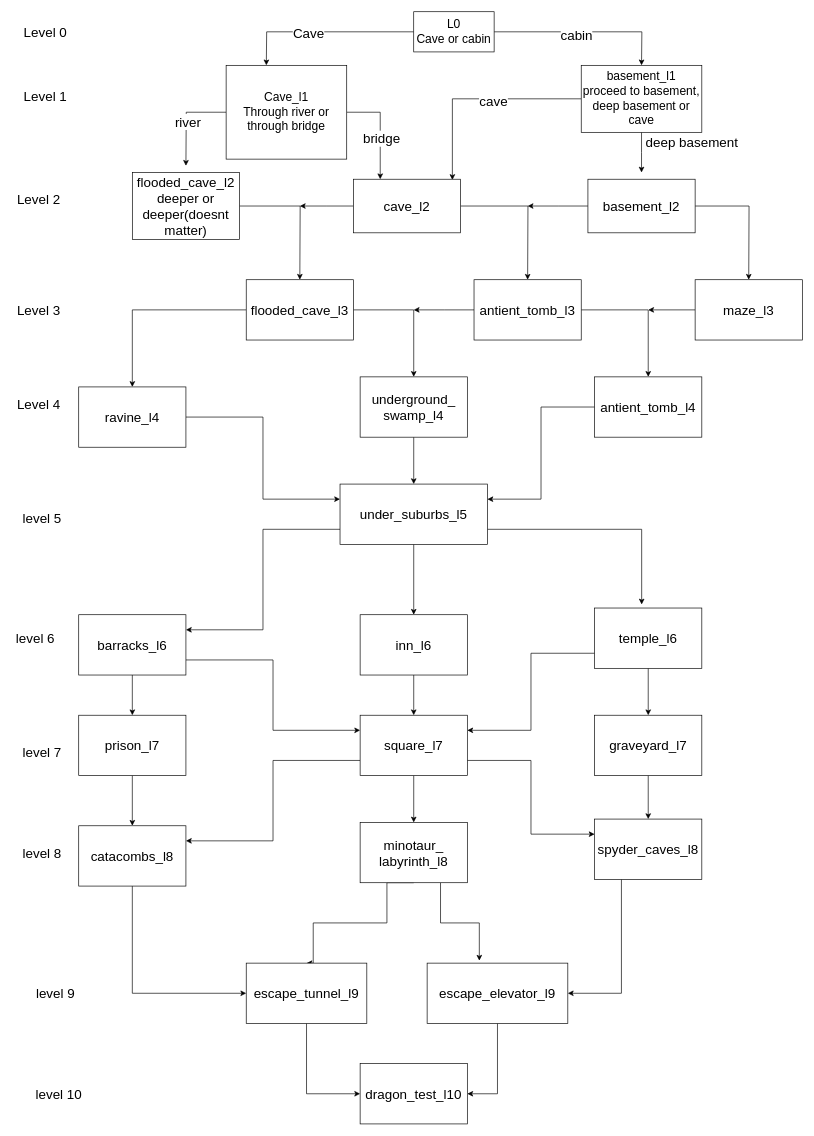
This is Untitled Diagram.drawio from Xameleonnn/Greedy-goblin-text-game, a draw.io file, before an edit. Source tidied: cells renumbered, new cells numbered last; positions are measured from the earlier drawing's top-left corner, leaving out a move shared by most shapes. Both pictures are drawn from the tidied source at 67%, with x=0, y=0 at pixel (11, 11).
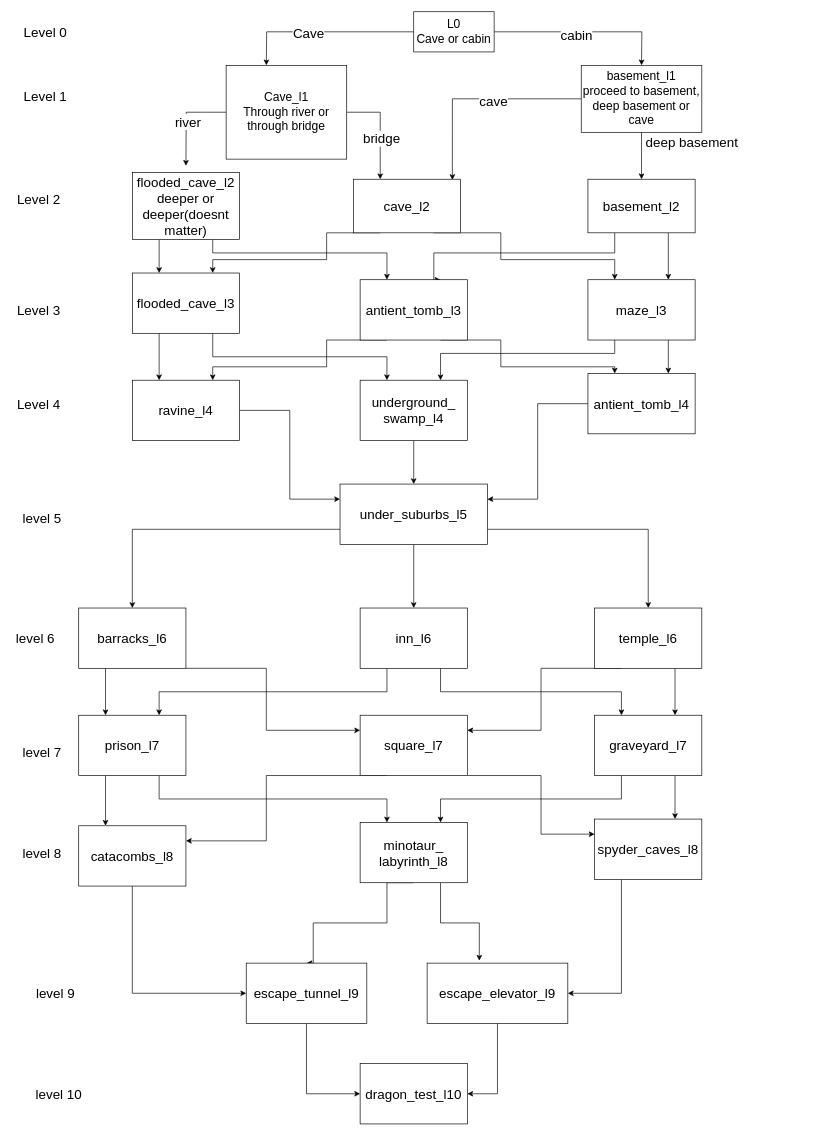
The same page after the edit.

The change refers to these unchanged cells:
```xml
<mxCell id="15" value="&lt;span style=&quot;font-size: 18px&quot;&gt;basement_l1&lt;br&gt;proceed to basement, deep basement or cave&lt;/span&gt;" style="rounded=0;whiteSpace=wrap;html=1;" parent="1" vertex="1">
  <mxGeometry x="850" y="80" width="180" height="100" as="geometry" />
</mxCell>
<mxCell id="20" value="flooded_cave_l2&lt;br&gt;deeper or deeper(doesnt matter)" style="rounded=0;whiteSpace=wrap;html=1;fontSize=20;" parent="1" vertex="1">
  <mxGeometry x="180" y="240" width="160" height="100" as="geometry" />
</mxCell>
<mxCell id="23" value="cave_l2" style="rounded=0;whiteSpace=wrap;html=1;fontSize=20;" parent="1" vertex="1">
  <mxGeometry x="510" y="250" width="160" height="80" as="geometry" />
</mxCell>
<mxCell id="26" value="basement_l2" style="rounded=0;whiteSpace=wrap;html=1;fontSize=20;" parent="1" vertex="1">
  <mxGeometry x="860" y="250" width="160" height="80" as="geometry" />
</mxCell>
<mxCell id="53" value="under_suburbs_l5" style="rounded=0;whiteSpace=wrap;html=1;fontSize=20;" parent="1" vertex="1">
  <mxGeometry x="490" y="705" width="220" height="90" as="geometry" />
</mxCell>
<mxCell id="56" value="temple_l6" style="rounded=0;whiteSpace=wrap;html=1;fontSize=20;" parent="1" vertex="1">
  <mxGeometry x="870" y="890" width="160" height="90" as="geometry" />
</mxCell>
<mxCell id="63" value="graveyard_l7" style="rounded=0;whiteSpace=wrap;html=1;fontSize=20;" parent="1" vertex="1">
  <mxGeometry x="870" y="1050" width="160" height="90" as="geometry" />
</mxCell>
<mxCell id="67" value="square_l7" style="rounded=0;whiteSpace=wrap;html=1;fontSize=20;" parent="1" vertex="1">
  <mxGeometry x="520" y="1050" width="160" height="90" as="geometry" />
</mxCell>
<mxCell id="69" value="prison_l7" style="rounded=0;whiteSpace=wrap;html=1;fontSize=20;" parent="1" vertex="1">
  <mxGeometry x="100" y="1050" width="160" height="90" as="geometry" />
</mxCell>
<mxCell id="71" value="catacombs_l8" style="rounded=0;whiteSpace=wrap;html=1;fontSize=20;" parent="1" vertex="1">
  <mxGeometry x="100" y="1215" width="160" height="90" as="geometry" />
</mxCell>
<mxCell id="74" value="minotaur_&lt;br&gt;labyrinth_l8" style="rounded=0;whiteSpace=wrap;html=1;fontSize=20;" parent="1" vertex="1">
  <mxGeometry x="520" y="1210" width="160" height="90" as="geometry" />
</mxCell>
<mxCell id="76" value="spyder_caves_l8" style="rounded=0;whiteSpace=wrap;html=1;fontSize=20;" parent="1" vertex="1">
  <mxGeometry x="870" y="1205" width="160" height="90" as="geometry" />
</mxCell>
```

Change to the diagram source:
```diff
@@
-    <mxCell id="14" style="edgeStyle=orthogonalEdgeStyle;rounded=0;jettySize=auto;html=1;fontSize=20;" parent="1" edge="1" source="15">
-      <mxGeometry relative="1" as="geometry">
-        <mxPoint x="940" y="240" as="targetPoint" />
-      </mxGeometry>
+    <mxCell id="14" style="edgeStyle=orthogonalEdgeStyle;rounded=0;jettySize=auto;html=1;fontSize=20;entryX=0.5;entryY=0;entryDx=0;entryDy=0;" parent="1" edge="1" source="15" target="26">
+      <mxGeometry relative="1" as="geometry" />
     </mxCell>
@@
-    <mxCell id="19" style="edgeStyle=orthogonalEdgeStyle;rounded=0;jettySize=auto;html=1;fontSize=20;" parent="1" edge="1" source="20">
-      <mxGeometry relative="1" as="geometry">
-        <mxPoint x="430" y="400" as="targetPoint" />
-      </mxGeometry>
-    </mxCell>
+    <mxCell id="82" style="edgeStyle=orthogonalEdgeStyle;rounded=0;jettySize=auto;html=1;exitX=0.25;exitY=1;exitDx=0;exitDy=0;entryX=0.25;entryY=0;entryDx=0;entryDy=0;" parent="1" edge="1" source="20" target="30">
+      <mxGeometry relative="1" as="geometry" />
+    </mxCell>
+    <mxCell id="83" style="edgeStyle=orthogonalEdgeStyle;rounded=0;jettySize=auto;html=1;exitX=0.75;exitY=1;exitDx=0;exitDy=0;entryX=0.25;entryY=0;entryDx=0;entryDy=0;" parent="1" edge="1" source="20" target="35">
+      <mxGeometry relative="1" as="geometry">
+        <Array as="points">
+          <mxPoint x="300" y="360" />
+          <mxPoint x="560" y="360" />
+        </Array>
+      </mxGeometry>
+    </mxCell>
@@
-    <mxCell id="21" style="edgeStyle=orthogonalEdgeStyle;rounded=0;jettySize=auto;html=1;fontSize=20;" parent="1" edge="1" source="23">
-      <mxGeometry relative="1" as="geometry">
-        <mxPoint x="430" y="290" as="targetPoint" />
-      </mxGeometry>
-    </mxCell>
-    <mxCell id="22" style="edgeStyle=orthogonalEdgeStyle;rounded=0;jettySize=auto;html=1;fontSize=20;" parent="1" edge="1" source="23">
-      <mxGeometry relative="1" as="geometry">
-        <mxPoint x="770" y="400" as="targetPoint" />
-      </mxGeometry>
-    </mxCell>
+    <mxCell id="84" style="edgeStyle=orthogonalEdgeStyle;rounded=0;jettySize=auto;html=1;exitX=0.25;exitY=1;exitDx=0;exitDy=0;entryX=0.75;entryY=0;entryDx=0;entryDy=0;" parent="1" edge="1" source="23" target="30">
+      <mxGeometry relative="1" as="geometry">
+        <Array as="points">
+          <mxPoint x="470" y="330" />
+          <mxPoint x="470" y="370" />
+          <mxPoint x="300" y="370" />
+        </Array>
+      </mxGeometry>
+    </mxCell>
+    <mxCell id="85" style="edgeStyle=orthogonalEdgeStyle;rounded=0;jettySize=auto;html=1;exitX=0.75;exitY=1;exitDx=0;exitDy=0;entryX=0.25;entryY=0;entryDx=0;entryDy=0;" parent="1" edge="1" source="23" target="32">
+      <mxGeometry relative="1" as="geometry">
+        <Array as="points">
+          <mxPoint x="730" y="330" />
+          <mxPoint x="730" y="370" />
+          <mxPoint x="900" y="370" />
+        </Array>
+      </mxGeometry>
+    </mxCell>
@@
-    <mxCell id="24" style="edgeStyle=orthogonalEdgeStyle;rounded=0;jettySize=auto;html=1;fontSize=20;" parent="1" edge="1" source="26">
-      <mxGeometry relative="1" as="geometry">
-        <mxPoint x="770" y="290" as="targetPoint" />
-      </mxGeometry>
-    </mxCell>
-    <mxCell id="25" style="edgeStyle=orthogonalEdgeStyle;rounded=0;jettySize=auto;html=1;fontSize=20;" parent="1" edge="1" source="26">
-      <mxGeometry relative="1" as="geometry">
-        <mxPoint x="1100" y="400" as="targetPoint" />
-      </mxGeometry>
-    </mxCell>
+    <mxCell id="86" style="edgeStyle=orthogonalEdgeStyle;rounded=0;jettySize=auto;html=1;exitX=0.25;exitY=1;exitDx=0;exitDy=0;entryX=0.75;entryY=0;entryDx=0;entryDy=0;" parent="1" edge="1" source="26" target="35">
+      <mxGeometry relative="1" as="geometry">
+        <Array as="points">
+          <mxPoint x="900" y="360" />
+          <mxPoint x="630" y="360" />
+          <mxPoint x="630" y="400" />
+        </Array>
+      </mxGeometry>
+    </mxCell>
+    <mxCell id="87" style="edgeStyle=orthogonalEdgeStyle;rounded=0;jettySize=auto;html=1;exitX=0.75;exitY=1;exitDx=0;exitDy=0;entryX=0.75;entryY=0;entryDx=0;entryDy=0;" parent="1" edge="1" source="26" target="32">
+      <mxGeometry relative="1" as="geometry" />
+    </mxCell>
@@
-    <mxCell id="28" style="edgeStyle=orthogonalEdgeStyle;rounded=0;jettySize=auto;html=1;fontSize=20;entryX=0.5;entryY=0;entryDx=0;entryDy=0;" parent="1" edge="1" source="30" target="49">
+    <mxCell id="28" style="edgeStyle=orthogonalEdgeStyle;rounded=0;jettySize=auto;html=1;exitX=0.25;exitY=1;exitDx=0;exitDy=0;entryX=0.25;entryY=0;entryDx=0;entryDy=0;" parent="1" edge="1" source="30" target="49">
       <mxGeometry relative="1" as="geometry" />
     </mxCell>
-    <mxCell id="29" style="edgeStyle=orthogonalEdgeStyle;rounded=0;jettySize=auto;html=1;fontSize=20;entryX=0.5;entryY=0;entryDx=0;entryDy=0;" parent="1" edge="1" source="30" target="47">
+    <mxCell id="29" style="edgeStyle=orthogonalEdgeStyle;rounded=0;jettySize=auto;html=1;exitX=0.75;exitY=1;exitDx=0;exitDy=0;entryX=0.25;entryY=0;entryDx=0;entryDy=0;" parent="1" edge="1" source="30" target="47">
       <mxGeometry relative="1" as="geometry" />
     </mxCell>
     <mxCell id="30" value="flooded_cave_l3" style="rounded=0;whiteSpace=wrap;html=1;fontSize=20;" parent="1" vertex="1">
-      <mxGeometry x="350" y="400" width="160" height="90" as="geometry" />
+      <mxGeometry x="180" y="390" width="160" height="90" as="geometry" />
     </mxCell>
-    <mxCell id="31" style="edgeStyle=orthogonalEdgeStyle;rounded=0;jettySize=auto;html=1;fontSize=20;" parent="1" edge="1" source="32">
-      <mxGeometry relative="1" as="geometry">
-        <mxPoint x="950" y="445" as="targetPoint" />
-      </mxGeometry>
-    </mxCell>
+    <mxCell id="88" style="edgeStyle=orthogonalEdgeStyle;rounded=0;jettySize=auto;html=1;exitX=0.75;exitY=1;exitDx=0;exitDy=0;entryX=0.75;entryY=0;entryDx=0;entryDy=0;" parent="1" edge="1" source="32" target="45">
+      <mxGeometry relative="1" as="geometry" />
+    </mxCell>
+    <mxCell id="89" style="edgeStyle=orthogonalEdgeStyle;rounded=0;jettySize=auto;html=1;exitX=0.25;exitY=1;exitDx=0;exitDy=0;entryX=0.75;entryY=0;entryDx=0;entryDy=0;" parent="1" edge="1" source="32" target="47">
+      <mxGeometry relative="1" as="geometry">
+        <Array as="points">
+          <mxPoint x="900" y="510" />
+          <mxPoint x="640" y="510" />
+        </Array>
+      </mxGeometry>
+    </mxCell>
     <mxCell id="32" value="maze_l3" style="rounded=0;whiteSpace=wrap;html=1;fontSize=20;" parent="1" vertex="1">
-      <mxGeometry x="1020" y="400" width="160" height="90" as="geometry" />
+      <mxGeometry x="860" y="400" width="160" height="90" as="geometry" />
     </mxCell>
-    <mxCell id="33" style="edgeStyle=orthogonalEdgeStyle;rounded=0;jettySize=auto;html=1;fontSize=20;" parent="1" edge="1" source="35">
-      <mxGeometry relative="1" as="geometry">
-        <mxPoint x="600" y="445" as="targetPoint" />
-      </mxGeometry>
-    </mxCell>
+    <mxCell id="90" style="edgeStyle=orthogonalEdgeStyle;rounded=0;jettySize=auto;html=1;exitX=0.25;exitY=1;exitDx=0;exitDy=0;entryX=0.75;entryY=0;entryDx=0;entryDy=0;" parent="1" edge="1" source="35" target="49">
+      <mxGeometry relative="1" as="geometry">
+        <Array as="points">
+          <mxPoint x="470" y="490" />
+          <mxPoint x="470" y="530" />
+          <mxPoint x="300" y="530" />
+        </Array>
+      </mxGeometry>
+    </mxCell>
-    <mxCell id="34" style="edgeStyle=orthogonalEdgeStyle;rounded=0;jettySize=auto;html=1;fontSize=20;entryX=0.5;entryY=0;entryDx=0;entryDy=0;" parent="1" edge="1" source="35" target="45">
-      <mxGeometry relative="1" as="geometry" />
+    <mxCell id="34" style="edgeStyle=orthogonalEdgeStyle;rounded=0;jettySize=auto;html=1;exitX=0.75;exitY=1;exitDx=0;exitDy=0;entryX=0.25;entryY=0;entryDx=0;entryDy=0;" parent="1" edge="1" source="35" target="45">
+      <mxGeometry relative="1" as="geometry">
+        <Array as="points">
+          <mxPoint x="730" y="490" />
+          <mxPoint x="730" y="530" />
+          <mxPoint x="900" y="530" />
+        </Array>
+      </mxGeometry>
     </mxCell>
     <mxCell id="35" value="antient_tomb_l3" style="rounded=0;whiteSpace=wrap;html=1;fontSize=20;" parent="1" vertex="1">
-      <mxGeometry x="690" y="400" width="160" height="90" as="geometry" />
+      <mxGeometry x="520" y="400" width="160" height="90" as="geometry" />
     </mxCell>
@@
     <mxCell id="45" value="antient_tomb_l4" style="rounded=0;whiteSpace=wrap;html=1;fontSize=20;" parent="1" vertex="1">
-      <mxGeometry x="870" y="545" width="160" height="90" as="geometry" />
+      <mxGeometry x="860" y="540" width="160" height="90" as="geometry" />
     </mxCell>
@@
     <mxCell id="47" value="underground_&lt;br&gt;swamp_l4" style="rounded=0;whiteSpace=wrap;html=1;fontSize=20;" parent="1" vertex="1">
-      <mxGeometry x="520" y="545" width="160" height="90" as="geometry" />
+      <mxGeometry x="520" y="550" width="160" height="90" as="geometry" />
     </mxCell>
@@
     <mxCell id="49" value="ravine_l4" style="rounded=0;whiteSpace=wrap;html=1;fontSize=20;" parent="1" vertex="1">
-      <mxGeometry x="100" y="560" width="160" height="90" as="geometry" />
+      <mxGeometry x="180" y="550" width="160" height="90" as="geometry" />
     </mxCell>
@@
-    <mxCell id="51" style="edgeStyle=orthogonalEdgeStyle;rounded=0;jettySize=auto;html=1;exitX=0;exitY=0.75;exitDx=0;exitDy=0;entryX=1;entryY=0.25;entryDx=0;entryDy=0;fontSize=20;" parent="1" edge="1" source="53" target="61">
+    <mxCell id="51" style="edgeStyle=orthogonalEdgeStyle;rounded=0;jettySize=auto;html=1;exitX=0;exitY=0.75;exitDx=0;exitDy=0;entryX=0.5;entryY=0;entryDx=0;entryDy=0;fontSize=20;" parent="1" edge="1" source="53" target="61">
       <mxGeometry relative="1" as="geometry" />
     </mxCell>
-    <mxCell id="52" style="edgeStyle=orthogonalEdgeStyle;rounded=0;jettySize=auto;html=1;exitX=1;exitY=0.75;exitDx=0;exitDy=0;entryX=0.439;entryY=-0.059;entryDx=0;entryDy=0;entryPerimeter=0;fontSize=20;" parent="1" edge="1" source="53" target="56">
+    <mxCell id="52" style="edgeStyle=orthogonalEdgeStyle;rounded=0;jettySize=auto;html=1;exitX=1;exitY=0.75;exitDx=0;exitDy=0;fontSize=20;entryX=0.5;entryY=0;entryDx=0;entryDy=0;" parent="1" edge="1" source="53" target="56">
       <mxGeometry relative="1" as="geometry" />
     </mxCell>
@@
+    <mxCell id="55" style="edgeStyle=orthogonalEdgeStyle;rounded=0;jettySize=auto;html=1;exitX=0.75;exitY=1;exitDx=0;exitDy=0;entryX=0.75;entryY=0;entryDx=0;entryDy=0;" parent="1" edge="1" source="56" target="63">
+      <mxGeometry relative="1" as="geometry" />
+    </mxCell>
-    <mxCell id="54" style="edgeStyle=orthogonalEdgeStyle;rounded=0;jettySize=auto;html=1;exitX=0;exitY=0.75;exitDx=0;exitDy=0;entryX=1;entryY=0.25;entryDx=0;entryDy=0;fontSize=20;" parent="1" edge="1" source="56" target="67">
-      <mxGeometry relative="1" as="geometry" />
+    <mxCell id="54" style="edgeStyle=orthogonalEdgeStyle;rounded=0;jettySize=auto;html=1;exitX=0.25;exitY=1;exitDx=0;exitDy=0;entryX=1;entryY=0.25;entryDx=0;entryDy=0;" parent="1" edge="1" source="56" target="67">
+      <mxGeometry relative="1" as="geometry">
+        <Array as="points">
+          <mxPoint x="790" y="980" />
+          <mxPoint x="790" y="1073" />
+        </Array>
+      </mxGeometry>
     </mxCell>
-    <mxCell id="55" style="edgeStyle=orthogonalEdgeStyle;rounded=0;jettySize=auto;html=1;exitX=0.5;exitY=1;exitDx=0;exitDy=0;entryX=0.5;entryY=0;entryDx=0;entryDy=0;fontSize=20;" parent="1" edge="1" source="56" target="63">
-      <mxGeometry relative="1" as="geometry" />
-    </mxCell>
@@
-    <mxCell id="57" style="edgeStyle=orthogonalEdgeStyle;rounded=0;jettySize=auto;html=1;exitX=0.5;exitY=1;exitDx=0;exitDy=0;entryX=0.5;entryY=0;entryDx=0;entryDy=0;fontSize=20;" parent="1" edge="1" source="58" target="67">
-      <mxGeometry relative="1" as="geometry" />
-    </mxCell>
+    <mxCell id="91" style="edgeStyle=orthogonalEdgeStyle;rounded=0;jettySize=auto;html=1;exitX=0.25;exitY=1;exitDx=0;exitDy=0;entryX=0.75;entryY=0;entryDx=0;entryDy=0;" parent="1" edge="1" source="58" target="69">
+      <mxGeometry relative="1" as="geometry" />
+    </mxCell>
+    <mxCell id="92" style="edgeStyle=orthogonalEdgeStyle;rounded=0;jettySize=auto;html=1;exitX=0.75;exitY=1;exitDx=0;exitDy=0;entryX=0.25;entryY=0;entryDx=0;entryDy=0;" parent="1" edge="1" source="58" target="63">
+      <mxGeometry relative="1" as="geometry" />
+    </mxCell>
     <mxCell id="58" value="inn_l6" style="rounded=0;whiteSpace=wrap;html=1;fontSize=20;" parent="1" vertex="1">
-      <mxGeometry x="520" y="900" width="160" height="90" as="geometry" />
+      <mxGeometry x="520" y="890" width="160" height="90" as="geometry" />
     </mxCell>
-    <mxCell id="59" style="edgeStyle=orthogonalEdgeStyle;rounded=0;jettySize=auto;html=1;exitX=1;exitY=0.75;exitDx=0;exitDy=0;entryX=0;entryY=0.25;entryDx=0;entryDy=0;fontSize=20;" parent="1" edge="1" source="61" target="67">
-      <mxGeometry relative="1" as="geometry" />
+    <mxCell id="59" style="edgeStyle=orthogonalEdgeStyle;rounded=0;jettySize=auto;html=1;exitX=1;exitY=1;exitDx=0;exitDy=0;entryX=0;entryY=0.25;entryDx=0;entryDy=0;" parent="1" edge="1" source="61" target="67">
+      <mxGeometry relative="1" as="geometry">
+        <Array as="points">
+          <mxPoint x="380" y="980" />
+          <mxPoint x="380" y="1073" />
+        </Array>
+      </mxGeometry>
     </mxCell>
-    <mxCell id="60" style="edgeStyle=orthogonalEdgeStyle;rounded=0;jettySize=auto;html=1;exitX=0.5;exitY=1;exitDx=0;exitDy=0;entryX=0.5;entryY=0;entryDx=0;entryDy=0;fontSize=20;" parent="1" edge="1" source="61" target="69">
+    <mxCell id="60" style="edgeStyle=orthogonalEdgeStyle;rounded=0;jettySize=auto;html=1;exitX=0.25;exitY=1;exitDx=0;exitDy=0;entryX=0.25;entryY=0;entryDx=0;entryDy=0;" parent="1" edge="1" source="61" target="69">
       <mxGeometry relative="1" as="geometry" />
     </mxCell>
     <mxCell id="61" value="barracks_l6" style="rounded=0;whiteSpace=wrap;html=1;fontSize=20;" parent="1" vertex="1">
-      <mxGeometry x="100" y="900" width="160" height="90" as="geometry" />
+      <mxGeometry x="100" y="890" width="160" height="90" as="geometry" />
     </mxCell>
-    <mxCell id="62" style="edgeStyle=orthogonalEdgeStyle;rounded=0;jettySize=auto;html=1;entryX=0.5;entryY=0;entryDx=0;entryDy=0;fontSize=20;" parent="1" edge="1" source="63" target="76">
+    <mxCell id="62" style="edgeStyle=orthogonalEdgeStyle;rounded=0;jettySize=auto;html=1;exitX=0.75;exitY=1;exitDx=0;exitDy=0;entryX=0.75;entryY=0;entryDx=0;entryDy=0;" parent="1" edge="1" source="63" target="76">
       <mxGeometry relative="1" as="geometry" />
     </mxCell>
+    <mxCell id="93" style="edgeStyle=orthogonalEdgeStyle;rounded=0;jettySize=auto;html=1;exitX=0.25;exitY=1;exitDx=0;exitDy=0;entryX=0.75;entryY=0;entryDx=0;entryDy=0;" parent="1" edge="1" source="63" target="74">
+      <mxGeometry relative="1" as="geometry" />
+    </mxCell>
@@
-    <mxCell id="64" style="edgeStyle=orthogonalEdgeStyle;rounded=0;jettySize=auto;html=1;entryX=0.5;entryY=0;entryDx=0;entryDy=0;fontSize=20;" parent="1" edge="1" source="67" target="74">
-      <mxGeometry relative="1" as="geometry" />
-    </mxCell>
-    <mxCell id="65" style="edgeStyle=orthogonalEdgeStyle;rounded=0;jettySize=auto;html=1;exitX=0;exitY=0.75;exitDx=0;exitDy=0;entryX=1;entryY=0.25;entryDx=0;entryDy=0;fontSize=20;" parent="1" edge="1" source="67" target="71">
-      <mxGeometry relative="1" as="geometry" />
+    <mxCell id="65" style="edgeStyle=orthogonalEdgeStyle;rounded=0;jettySize=auto;html=1;exitX=0.25;exitY=1;exitDx=0;exitDy=0;entryX=1;entryY=0.25;entryDx=0;entryDy=0;" parent="1" edge="1" source="67" target="71">
+      <mxGeometry relative="1" as="geometry">
+        <Array as="points">
+          <mxPoint x="380" y="1140" />
+          <mxPoint x="380" y="1237" />
+        </Array>
+      </mxGeometry>
     </mxCell>
-    <mxCell id="66" style="edgeStyle=orthogonalEdgeStyle;rounded=0;jettySize=auto;html=1;exitX=1;exitY=0.75;exitDx=0;exitDy=0;entryX=0;entryY=0.25;entryDx=0;entryDy=0;fontSize=20;" parent="1" edge="1" source="67" target="76">
-      <mxGeometry relative="1" as="geometry" />
+    <mxCell id="66" style="edgeStyle=orthogonalEdgeStyle;rounded=0;jettySize=auto;html=1;exitX=1;exitY=1;exitDx=0;exitDy=0;entryX=0;entryY=0.25;entryDx=0;entryDy=0;" parent="1" edge="1" source="67" target="76">
+      <mxGeometry relative="1" as="geometry">
+        <Array as="points">
+          <mxPoint x="790" y="1140" />
+          <mxPoint x="790" y="1227" />
+        </Array>
+      </mxGeometry>
     </mxCell>
@@
-    <mxCell id="68" style="edgeStyle=orthogonalEdgeStyle;rounded=0;jettySize=auto;html=1;entryX=0.5;entryY=0;entryDx=0;entryDy=0;fontSize=20;" parent="1" edge="1" source="69" target="71">
+    <mxCell id="68" style="edgeStyle=orthogonalEdgeStyle;rounded=0;jettySize=auto;html=1;exitX=0.25;exitY=1;exitDx=0;exitDy=0;entryX=0.25;entryY=0;entryDx=0;entryDy=0;" parent="1" edge="1" source="69" target="71">
       <mxGeometry relative="1" as="geometry" />
     </mxCell>
+    <mxCell id="94" style="edgeStyle=orthogonalEdgeStyle;rounded=0;jettySize=auto;html=1;exitX=0.75;exitY=1;exitDx=0;exitDy=0;entryX=0.25;entryY=0;entryDx=0;entryDy=0;" parent="1" edge="1" source="69" target="74">
+      <mxGeometry relative="1" as="geometry" />
+    </mxCell>
```
